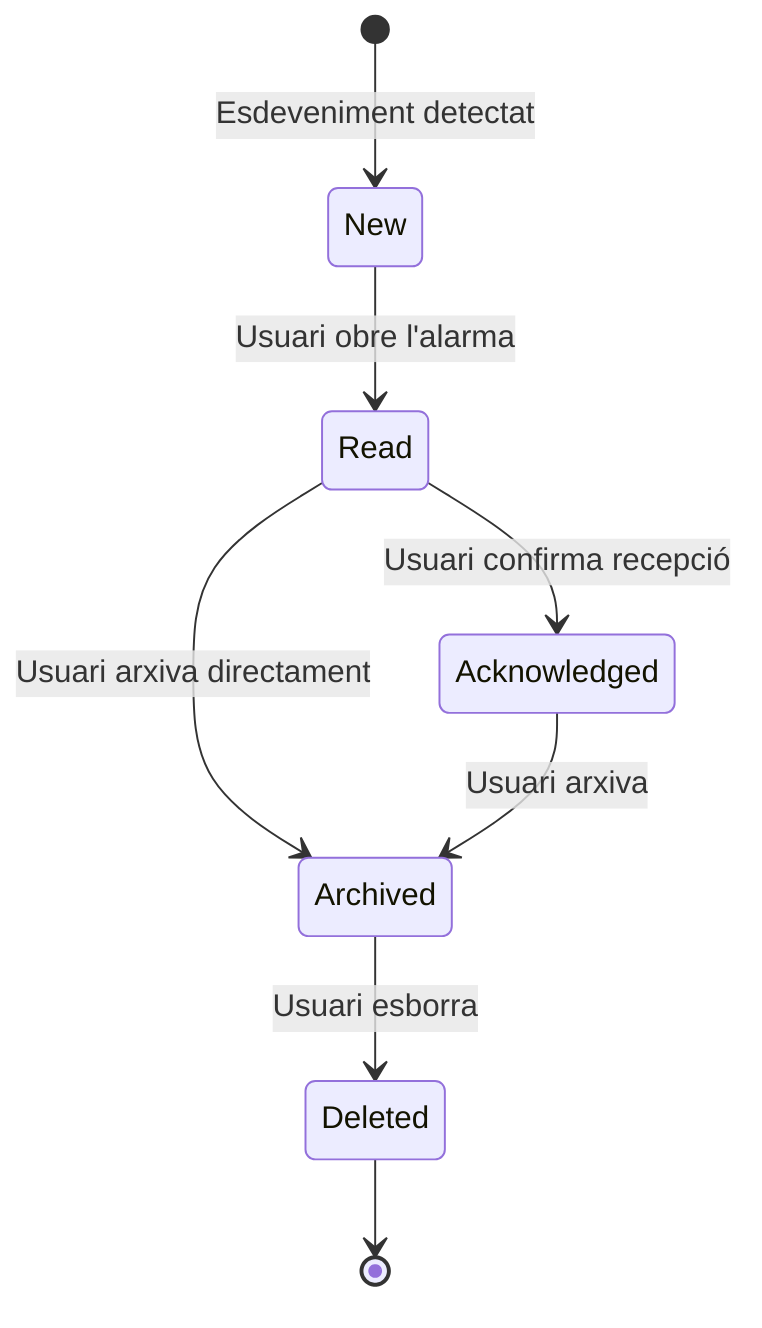
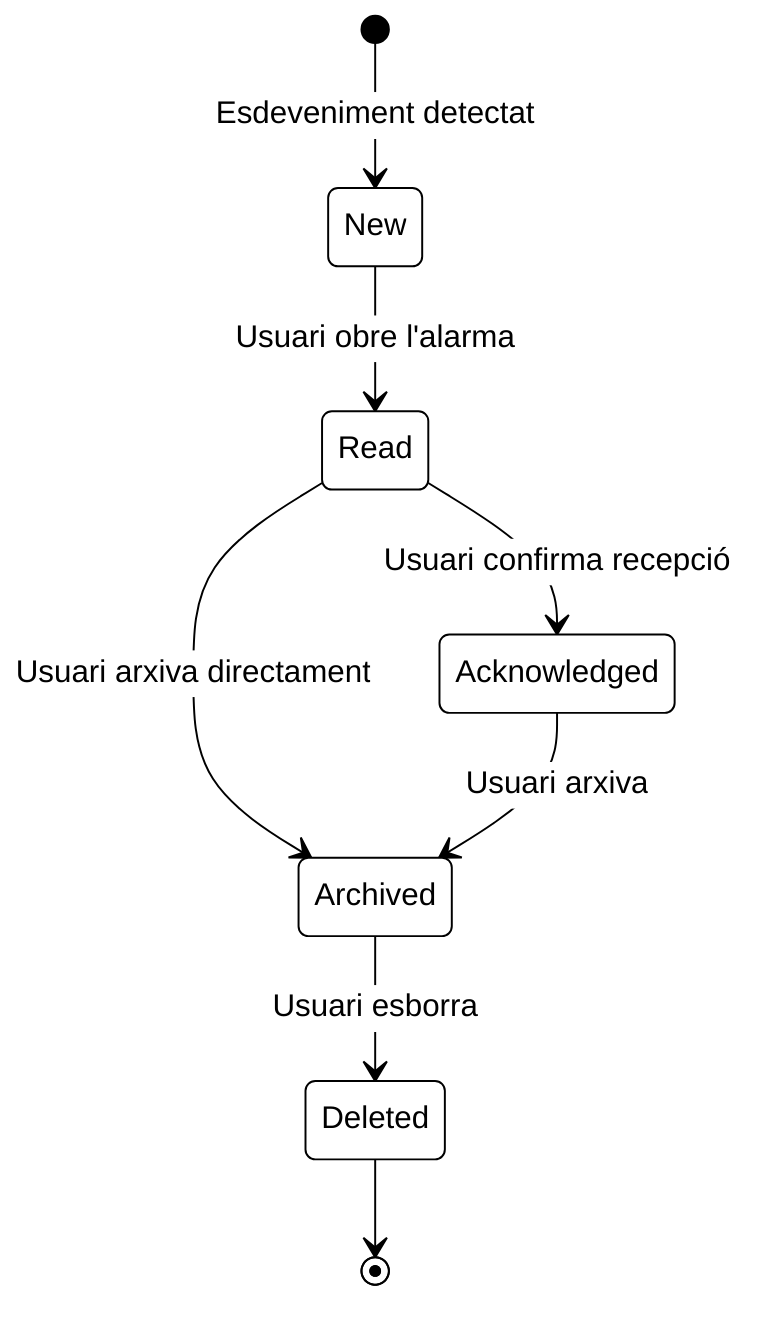
+ %%{init: {
+  'theme': 'base',
+  'themeVariables': {
+    'background': '#ffffff',
+    'primaryColor': '#ffffff',
+    'primaryTextColor': '#000000',
+    'primaryBorderColor': '#000000',
+    'lineColor': '#000000',
+    'secondaryColor': '#ffffff',
+    'tertiaryColor': '#ffffff'
+  },
+  'themeCSS': '.node rect, .node circle, .node polygon, .node path, .cluster rect { stroke: #000000 !important; stroke-width: 1px !important; filter: none !important; box-shadow: none !important; } .label { color: #000000 !important; }'
+ }}%%
+ 
stateDiagram-v2
    [*] --> New : Esdeveniment detectat
    New --> Read : Usuari obre l'alarma
    Read --> Acknowledged : Usuari confirma recepció
    Read --> Archived : Usuari arxiva directament
    Acknowledged --> Archived : Usuari arxiva
    Archived --> Deleted : Usuari esborra
    Deleted --> [*]
